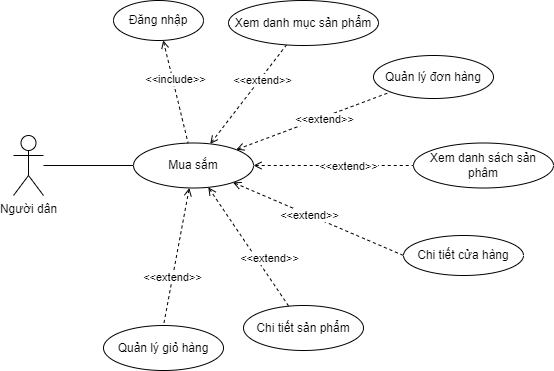
kienndhn/draw-io keeps this draw.io diagram as usecase diagram/mua sắm.drawio.png. Above is the earlier version. Source tidied: cells renumbered, new cells last; positions are measured from the earlier drawing's top-left corner, leaving out a move shared by most shapes. Its diagram source:
```xml
<mxGraphModel>
  <root>
    <mxCell id="0" />
    <mxCell id="1" parent="0" />
    <mxCell id="2" style="edgeStyle=none;rounded=0;jettySize=auto;html=1;startArrow=none;startFill=0;endArrow=none;endFill=0;" parent="1" edge="1" source="3" target="16">
      <mxGeometry relative="1" as="geometry" />
    </mxCell>
    <mxCell id="3" value="Người dân" style="shape=umlActor;verticalLabelPosition=bottom;verticalAlign=top;html=1;outlineConnect=0;" parent="1" vertex="1">
      <mxGeometry y="135" width="30" height="60" as="geometry" />
    </mxCell>
    <mxCell id="4" style="rounded=0;jettySize=auto;html=1;endArrow=none;endFill=0;startArrow=open;startFill=0;dashed=1;" parent="1" edge="1" source="16" target="17">
      <mxGeometry relative="1" as="geometry" />
    </mxCell>
    <mxCell id="5" value="&amp;lt;&amp;lt;extend&amp;gt;&amp;gt;" style="edgeLabel;html=1;align=center;verticalAlign=middle;" parent="4" vertex="1">
      <mxGeometry x="0.32" y="-2" relative="1" as="geometry" />
    </mxCell>
    <mxCell id="6" style="edgeStyle=none;rounded=0;jettySize=auto;html=1;entryX=0;entryY=0.5;entryDx=0;entryDy=0;dashed=1;startArrow=open;startFill=0;endArrow=none;endFill=0;" parent="1" edge="1" source="16" target="18">
      <mxGeometry relative="1" as="geometry" />
    </mxCell>
    <mxCell id="7" value="&amp;lt;&amp;lt;extend&amp;gt;&amp;gt;" style="edgeLabel;html=1;align=center;verticalAlign=middle;" parent="6" vertex="1">
      <mxGeometry x="0.18" relative="1" as="geometry" />
    </mxCell>
    <mxCell id="8" style="edgeStyle=none;rounded=0;jettySize=auto;html=1;dashed=1;startArrow=open;startFill=0;endArrow=none;endFill=0;" parent="1" edge="1" source="16" target="19">
      <mxGeometry relative="1" as="geometry" />
    </mxCell>
    <mxCell id="9" value="&amp;lt;&amp;lt;extend&amp;gt;&amp;gt;" style="edgeLabel;html=1;align=center;verticalAlign=middle;" parent="8" vertex="1">
      <mxGeometry x="-0.16" y="3" relative="1" as="geometry">
        <mxPoint x="24" y="22" as="offset" />
      </mxGeometry>
    </mxCell>
    <mxCell id="10" style="edgeStyle=none;rounded=0;jettySize=auto;html=1;entryX=0.5;entryY=0;entryDx=0;entryDy=0;dashed=1;startArrow=open;startFill=0;endArrow=none;endFill=0;" parent="1" edge="1" source="16" target="20">
      <mxGeometry relative="1" as="geometry" />
    </mxCell>
    <mxCell id="11" value="&amp;lt;&amp;lt;extend&amp;gt;&amp;gt;" style="edgeLabel;html=1;align=center;verticalAlign=middle;" parent="10" vertex="1">
      <mxGeometry x="0.3" y="-1" relative="1" as="geometry" />
    </mxCell>
    <mxCell id="12" style="edgeStyle=none;rounded=0;jettySize=auto;html=1;dashed=1;startArrow=open;startFill=0;endArrow=none;endFill=0;entryX=0;entryY=1;entryDx=0;entryDy=0;" parent="1" edge="1" source="16" target="21">
      <mxGeometry relative="1" as="geometry" />
    </mxCell>
    <mxCell id="13" value="&amp;lt;&amp;lt;extend&amp;gt;&amp;gt;" style="edgeLabel;html=1;align=center;verticalAlign=middle;" parent="12" vertex="1">
      <mxGeometry x="0.13" y="-2" relative="1" as="geometry" />
    </mxCell>
    <mxCell id="14" style="edgeStyle=none;rounded=0;jettySize=auto;html=1;dashed=1;startArrow=open;startFill=0;endArrow=none;endFill=0;entryX=0;entryY=0.5;entryDx=0;entryDy=0;" parent="1" edge="1" source="16" target="22">
      <mxGeometry relative="1" as="geometry" />
    </mxCell>
    <mxCell id="15" value="&amp;lt;&amp;lt;extend&amp;gt;&amp;gt;" style="edgeLabel;html=1;align=center;verticalAlign=middle;" parent="14" vertex="1">
      <mxGeometry x="-0.1" relative="1" as="geometry" />
    </mxCell>
    <mxCell id="16" value="Mua sắm" style="ellipse;whiteSpace=wrap;html=1;" parent="1" vertex="1">
      <mxGeometry x="120" y="142.5" width="120" height="45" as="geometry" />
    </mxCell>
    <mxCell id="17" value="Xem danh mục sản phẩm" style="ellipse;whiteSpace=wrap;html=1;" parent="1" vertex="1">
      <mxGeometry x="215" width="150" height="45" as="geometry" />
    </mxCell>
    <mxCell id="18" value="Xem danh sách sản phâm" style="ellipse;whiteSpace=wrap;html=1;" parent="1" vertex="1">
      <mxGeometry x="400" y="142.5" width="140" height="45" as="geometry" />
    </mxCell>
    <mxCell id="19" value="Chi tiết sản phẩm" style="ellipse;whiteSpace=wrap;html=1;" parent="1" vertex="1">
      <mxGeometry x="230" y="305" width="120" height="45" as="geometry" />
    </mxCell>
    <mxCell id="20" value="Quản lý giỏ hàng" style="ellipse;whiteSpace=wrap;html=1;" parent="1" vertex="1">
      <mxGeometry x="90" y="325" width="120" height="45" as="geometry" />
    </mxCell>
    <mxCell id="21" value="Quản lý đơn hàng" style="ellipse;whiteSpace=wrap;html=1;" parent="1" vertex="1">
      <mxGeometry x="360" y="55" width="120" height="43" as="geometry" />
    </mxCell>
    <mxCell id="22" value="Chi tiết cửa hàng" style="ellipse;whiteSpace=wrap;html=1;" parent="1" vertex="1">
      <mxGeometry x="390" y="235" width="120" height="40" as="geometry" />
    </mxCell>
    <mxCell id="23" style="edgeStyle=none;rounded=0;jettySize=auto;html=1;dashed=1;startArrow=open;startFill=0;endArrow=none;endFill=0;" parent="1" edge="1" source="25" target="16">
      <mxGeometry relative="1" as="geometry" />
    </mxCell>
    <mxCell id="24" value="&amp;lt;&amp;lt;include&amp;gt;&amp;gt;" style="edgeLabel;html=1;align=center;verticalAlign=middle;" parent="23" vertex="1">
      <mxGeometry x="-0.25" y="3" relative="1" as="geometry">
        <mxPoint y="1" as="offset" />
      </mxGeometry>
    </mxCell>
    <mxCell id="25" value="Đăng nhập" style="ellipse;whiteSpace=wrap;html=1;" parent="1" vertex="1">
      <mxGeometry x="100" width="90" height="40" as="geometry" />
    </mxCell>
  </root>
</mxGraphModel>
```
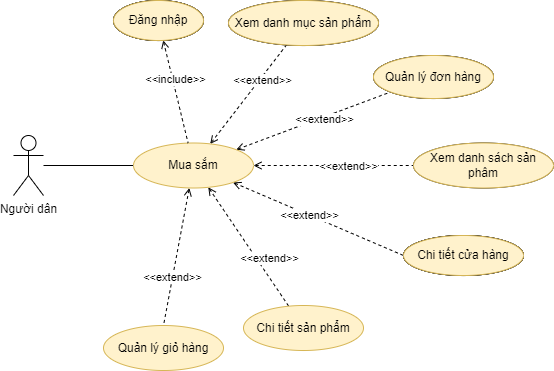
After the change.

The edit, as a diff of the source:
```diff
@@ -46,7 +46,7 @@
     <mxCell id="15" value="&amp;lt;&amp;lt;extend&amp;gt;&amp;gt;" style="edgeLabel;html=1;align=center;verticalAlign=middle;" parent="14" vertex="1">
       <mxGeometry x="-0.1" relative="1" as="geometry" />
     </mxCell>
-    <mxCell id="16" value="Mua sắm" style="ellipse;whiteSpace=wrap;html=1;" parent="1" vertex="1">
+    <mxCell id="16" value="Mua sắm" style="ellipse;whiteSpace=wrap;html=1;fillColor=#fff2cc;strokeColor=#d6b656;" parent="1" vertex="1">
       <mxGeometry x="120" y="142.5" width="120" height="45" as="geometry" />
     </mxCell>
     <mxCell id="17" value="Xem danh mục sản phẩm" style="ellipse;whiteSpace=wrap;html=1;" parent="1" vertex="1">
@@ -55,10 +55,10 @@
     <mxCell id="18" value="Xem danh sách sản phâm" style="ellipse;whiteSpace=wrap;html=1;" parent="1" vertex="1">
       <mxGeometry x="400" y="142.5" width="140" height="45" as="geometry" />
     </mxCell>
-    <mxCell id="19" value="Chi tiết sản phẩm" style="ellipse;whiteSpace=wrap;html=1;" parent="1" vertex="1">
+    <mxCell id="19" value="Chi tiết sản phẩm" style="ellipse;whiteSpace=wrap;html=1;fillColor=#fff2cc;strokeColor=#d6b656;" parent="1" vertex="1">
       <mxGeometry x="230" y="305" width="120" height="45" as="geometry" />
     </mxCell>
-    <mxCell id="20" value="Quản lý giỏ hàng" style="ellipse;whiteSpace=wrap;html=1;" parent="1" vertex="1">
+    <mxCell id="20" value="Quản lý giỏ hàng" style="ellipse;whiteSpace=wrap;html=1;fillColor=#fff2cc;strokeColor=#d6b656;" parent="1" vertex="1">
       <mxGeometry x="90" y="325" width="120" height="45" as="geometry" />
     </mxCell>
     <mxCell id="21" value="Quản lý đơn hàng" style="ellipse;whiteSpace=wrap;html=1;" parent="1" vertex="1">
@@ -78,5 +78,38 @@
     <mxCell id="25" value="Đăng nhập" style="ellipse;whiteSpace=wrap;html=1;" parent="1" vertex="1">
       <mxGeometry x="100" width="90" height="40" as="geometry" />
     </mxCell>
+    <mxCell id="26" value="Chi tiết cửa hàng" style="ellipse;whiteSpace=wrap;html=1;" parent="1" vertex="1">
+      <mxGeometry x="390" y="235" width="120" height="40" as="geometry" />
+    </mxCell>
+    <mxCell id="27" value="Đăng nhập" style="ellipse;whiteSpace=wrap;html=1;" parent="1" vertex="1">
+      <mxGeometry x="100" width="90" height="40" as="geometry" />
+    </mxCell>
+    <mxCell id="28" value="Chi tiết cửa hàng" style="ellipse;whiteSpace=wrap;html=1;" parent="1" vertex="1">
+      <mxGeometry x="390" y="235" width="120" height="40" as="geometry" />
+    </mxCell>
+    <mxCell id="29" value="Đăng nhập" style="ellipse;whiteSpace=wrap;html=1;" parent="1" vertex="1">
+      <mxGeometry x="100" width="90" height="40" as="geometry" />
+    </mxCell>
+    <mxCell id="30" value="Quản lý đơn hàng" style="ellipse;whiteSpace=wrap;html=1;" parent="1" vertex="1">
+      <mxGeometry x="360" y="55" width="120" height="43" as="geometry" />
+    </mxCell>
+    <mxCell id="31" value="Xem danh mục sản phẩm" style="ellipse;whiteSpace=wrap;html=1;" parent="1" vertex="1">
+      <mxGeometry x="215" width="150" height="45" as="geometry" />
+    </mxCell>
+    <mxCell id="32" value="Chi tiết cửa hàng" style="ellipse;whiteSpace=wrap;html=1;fillColor=#fff2cc;strokeColor=#d6b656;" parent="1" vertex="1">
+      <mxGeometry x="390" y="235" width="120" height="40" as="geometry" />
+    </mxCell>
+    <mxCell id="33" value="Đăng nhập" style="ellipse;whiteSpace=wrap;html=1;fillColor=#fff2cc;strokeColor=#d6b656;" parent="1" vertex="1">
+      <mxGeometry x="100" width="90" height="40" as="geometry" />
+    </mxCell>
+    <mxCell id="34" value="Quản lý đơn hàng" style="ellipse;whiteSpace=wrap;html=1;fillColor=#fff2cc;strokeColor=#d6b656;" parent="1" vertex="1">
+      <mxGeometry x="360" y="55" width="120" height="43" as="geometry" />
+    </mxCell>
+    <mxCell id="35" value="Xem danh mục sản phẩm" style="ellipse;whiteSpace=wrap;html=1;fillColor=#fff2cc;strokeColor=#d6b656;" parent="1" vertex="1">
+      <mxGeometry x="215" width="150" height="45" as="geometry" />
+    </mxCell>
+    <mxCell id="36" value="Xem danh sách sản phâm" style="ellipse;whiteSpace=wrap;html=1;fillColor=#fff2cc;strokeColor=#d6b656;" parent="1" vertex="1">
+      <mxGeometry x="400" y="142.5" width="140" height="45" as="geometry" />
+    </mxCell>
   </root>
 </mxGraphModel>
```
